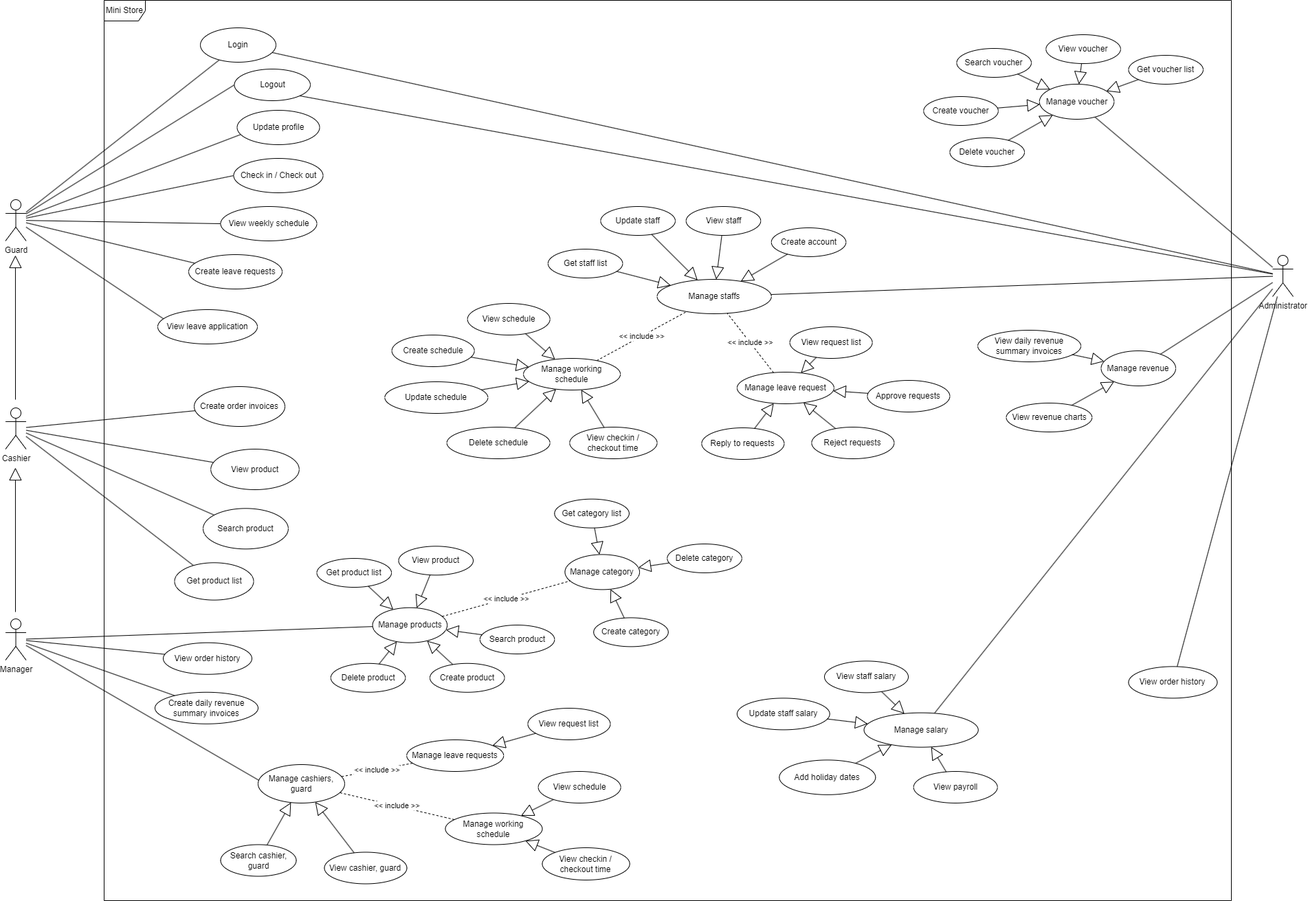
The draw.io diagram diagram/usecase.png in HieuNghia0000/SWP-Team-3, before a commit. Source tidied: cells renumbered, new cells last; positions are measured from the earlier drawing's top-left corner, leaving out a move shared by most shapes.
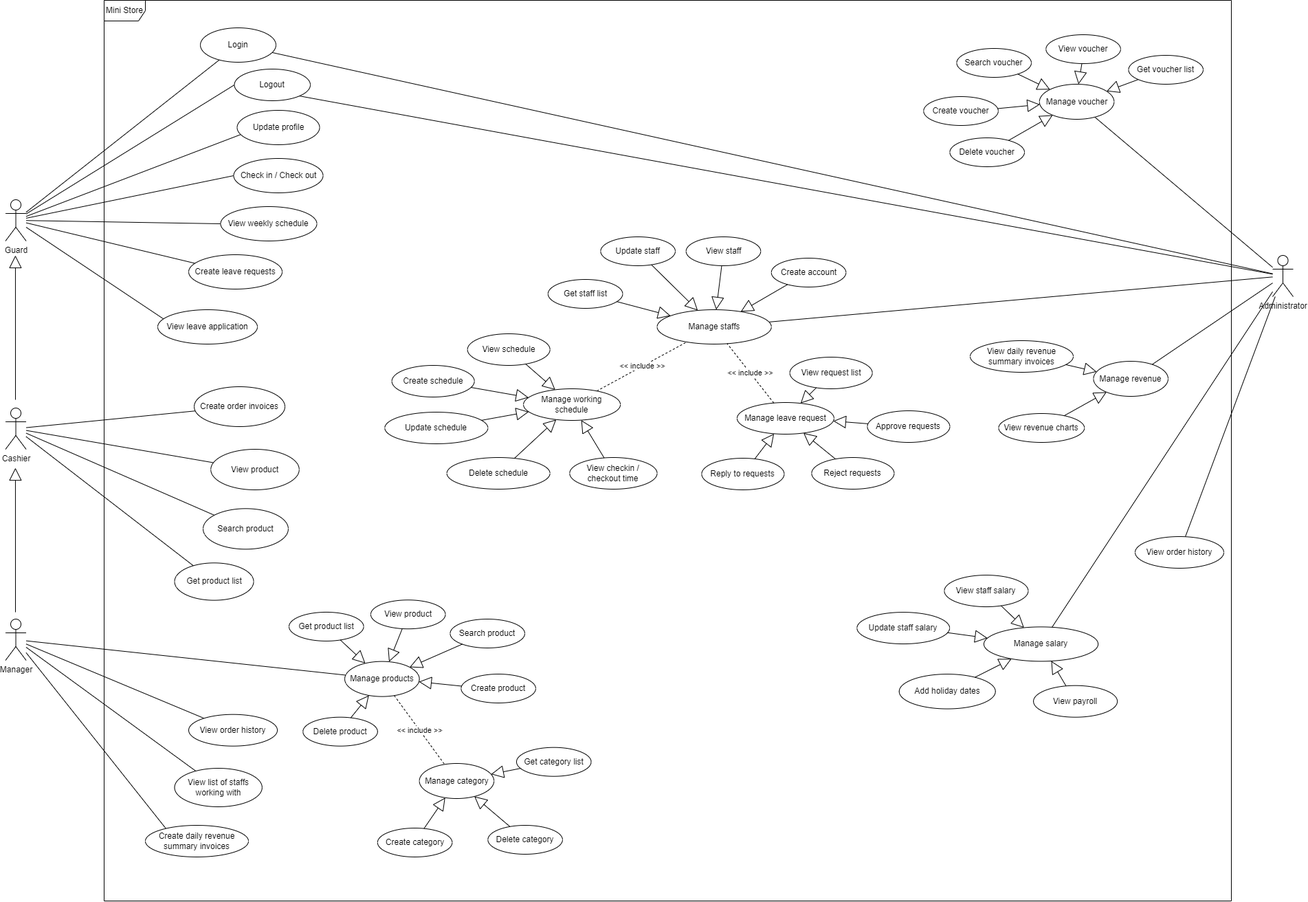
Above is the later version.

The edit, as a diff of the source:
```diff
@@ -17,9 +17,6 @@
     <mxCell id="6" value="Guard" style="shape=umlActor;verticalLabelPosition=bottom;verticalAlign=top;html=1;" parent="1" vertex="1">
       <mxGeometry x="-0.5" y="290" width="30" height="60" as="geometry" />
     </mxCell>
-    <mxCell id="7" style="rounded=0;jettySize=auto;html=1;entryX=0.004;entryY=0.402;entryDx=0;entryDy=0;entryPerimeter=0;endArrow=none;endFill=0;" parent="1" edge="1" source="10" target="29">
-      <mxGeometry relative="1" as="geometry" />
-    </mxCell>
     <mxCell id="8" style="rounded=0;jettySize=auto;html=1;endArrow=none;endFill=0;" parent="1" edge="1" source="10" target="28">
       <mxGeometry relative="1" as="geometry" />
     </mxCell>
@@ -78,17 +75,11 @@
       <mxGeometry x="274" y="562" width="132" height="58" as="geometry" />
     </mxCell>
     <mxCell id="27" value="Create daily revenue summary invoices" style="ellipse;whiteSpace=wrap;html=1;" parent="1" vertex="1">
-      <mxGeometry x="217" y="1006.8" width="150" height="46" as="geometry" />
+      <mxGeometry x="203" y="1200" width="150" height="46" as="geometry" />
     </mxCell>
     <mxCell id="28" value="View order history" style="ellipse;whiteSpace=wrap;html=1;" parent="1" vertex="1">
-      <mxGeometry x="229" y="934.7" width="129" height="46" as="geometry" />
+      <mxGeometry x="266" y="1038.7" width="129" height="46" as="geometry" />
     </mxCell>
-    <mxCell id="29" value="Manage cashiers, guard" style="ellipse;whiteSpace=wrap;html=1;" parent="1" vertex="1">
-      <mxGeometry x="367" y="1112" width="126" height="56" as="geometry" />
-    </mxCell>
-    <mxCell id="30" value="Manage leave requests" style="ellipse;whiteSpace=wrap;html=1;" parent="1" vertex="1">
-      <mxGeometry x="583.2" y="1076" width="141" height="46" as="geometry" />
-    </mxCell>
     <mxCell id="31" value="View product" style="ellipse;whiteSpace=wrap;html=1;" parent="1" vertex="1">
       <mxGeometry x="298.2" y="653" width="128.6" height="59" as="geometry" />
     </mxCell>
@@ -101,39 +92,6 @@
         <mxPoint x="13.9" y="680" as="targetPoint" />
       </mxGeometry>
     </mxCell>
-    <mxCell id="34" value="Search cashier, guard" style="ellipse;whiteSpace=wrap;html=1;" parent="1" vertex="1">
-      <mxGeometry x="312.5" y="1228.5" width="110" height="46" as="geometry" />
-    </mxCell>
-    <mxCell id="35" value="View cashier, guard" style="ellipse;whiteSpace=wrap;html=1;" parent="1" vertex="1">
-      <mxGeometry x="463.5" y="1239.5" width="120" height="46" as="geometry" />
-    </mxCell>
-    <mxCell id="36" style="endArrow=block;endSize=16;endFill=0;html=1;rounded=0;" parent="1" edge="1" source="35" target="29">
-      <mxGeometry relative="1" as="geometry" />
-    </mxCell>
-    <mxCell id="37" style="endArrow=block;endSize=16;endFill=0;html=1;rounded=0;" parent="1" edge="1" source="34" target="29">
-      <mxGeometry relative="1" as="geometry" />
-    </mxCell>
-    <mxCell id="38" value="View request list" style="ellipse;whiteSpace=wrap;html=1;" parent="1" vertex="1">
-      <mxGeometry x="759.5" y="1030" width="120" height="46" as="geometry" />
-    </mxCell>
-    <mxCell id="39" style="endArrow=block;endSize=16;endFill=0;html=1;rounded=0;" parent="1" edge="1" source="38" target="30">
-      <mxGeometry relative="1" as="geometry" />
-    </mxCell>
-    <mxCell id="40" value="&amp;lt;&amp;lt; include &amp;gt;&amp;gt;" style="endArrow=none;endSize=16;endFill=0;html=1;rounded=0;dashed=1;" parent="1" edge="1" source="30" target="29">
-      <mxGeometry relative="1" as="geometry" />
-    </mxCell>
-    <mxCell id="41" value="&amp;lt;&amp;lt; include &amp;gt;&amp;gt;" style="rounded=0;jettySize=auto;html=1;dashed=1;endArrow=none;endFill=0;" parent="1" edge="1" source="42" target="29">
-      <mxGeometry relative="1" as="geometry" />
-    </mxCell>
-    <mxCell id="42" value="Manage working schedule" style="ellipse;whiteSpace=wrap;html=1;" parent="1" vertex="1">
-      <mxGeometry x="639.5" y="1182.5" width="141" height="46" as="geometry" />
-    </mxCell>
-    <mxCell id="43" value="View schedule" style="ellipse;whiteSpace=wrap;html=1;" parent="1" vertex="1">
-      <mxGeometry x="774.6" y="1122" width="120" height="46" as="geometry" />
-    </mxCell>
-    <mxCell id="44" style="endArrow=block;endSize=16;endFill=0;html=1;rounded=0;" parent="1" edge="1" source="43" target="42">
-      <mxGeometry relative="1" as="geometry" />
-    </mxCell>
     <mxCell id="45" style="rounded=0;jettySize=auto;html=1;endArrow=none;endFill=0;" parent="1" edge="1" source="48" target="12">
       <mxGeometry relative="1" as="geometry" />
     </mxCell>
@@ -153,19 +111,19 @@
       <mxGeometry relative="1" as="geometry" />
     </mxCell>
     <mxCell id="51" value="Manage products" style="ellipse;whiteSpace=wrap;html=1;" parent="1" vertex="1">
-      <mxGeometry x="533.6" y="883.7" width="108.6" height="51" as="geometry" />
+      <mxGeometry x="493.1" y="961.6" width="108.6" height="51" as="geometry" />
     </mxCell>
     <mxCell id="52" value="View product" style="ellipse;whiteSpace=wrap;html=1;" parent="1" vertex="1">
-      <mxGeometry x="571.4" y="794.3" width="108.6" height="42" as="geometry" />
+      <mxGeometry x="530.9" y="872.2" width="108.6" height="42" as="geometry" />
     </mxCell>
     <mxCell id="53" value="Create product" style="ellipse;whiteSpace=wrap;html=1;" parent="1" vertex="1">
-      <mxGeometry x="617" y="964.8" width="108.6" height="42" as="geometry" />
+      <mxGeometry x="662.4" y="980" width="108.6" height="42" as="geometry" />
     </mxCell>
     <mxCell id="54" value="Delete product" style="ellipse;whiteSpace=wrap;html=1;" parent="1" vertex="1">
-      <mxGeometry x="472.8" y="964.8" width="108.6" height="42" as="geometry" />
+      <mxGeometry x="432.3" y="1042.7" width="108.6" height="42" as="geometry" />
     </mxCell>
     <mxCell id="55" value="Search product" style="ellipse;whiteSpace=wrap;html=1;" parent="1" vertex="1">
-      <mxGeometry x="689.8" y="909" width="108.6" height="42" as="geometry" />
+      <mxGeometry x="646.4" y="900" width="108.6" height="42" as="geometry" />
     </mxCell>
     <mxCell id="56" style="endArrow=block;endSize=16;endFill=0;html=1;rounded=0;" parent="1" edge="1" source="55" target="51">
       <mxGeometry relative="1" as="geometry" />
@@ -180,7 +138,7 @@
       <mxGeometry relative="1" as="geometry" />
     </mxCell>
     <mxCell id="60" value="Get product list" style="ellipse;whiteSpace=wrap;html=1;" parent="1" vertex="1">
-      <mxGeometry x="452.5" y="812" width="108.6" height="42" as="geometry" />
+      <mxGeometry x="412" y="889.9" width="108.6" height="42" as="geometry" />
     </mxCell>
     <mxCell id="61" style="endArrow=block;endSize=16;endFill=0;html=1;rounded=0;" parent="1" edge="1" source="60" target="51">
       <mxGeometry relative="1" as="geometry" />
@@ -189,13 +147,13 @@
       <mxGeometry relative="1" as="geometry" />
     </mxCell>
     <mxCell id="63" value="Manage revenue" style="ellipse;whiteSpace=wrap;html=1;" parent="1" vertex="1">
-      <mxGeometry x="1593.5" y="510" width="108.6" height="51" as="geometry" />
+      <mxGeometry x="1582.4" y="525" width="108.6" height="51" as="geometry" />
     </mxCell>
     <mxCell id="64" value="View revenue charts" style="ellipse;whiteSpace=wrap;html=1;" parent="1" vertex="1">
-      <mxGeometry x="1455.5" y="586" width="124.8" height="42" as="geometry" />
+      <mxGeometry x="1444.4" y="601" width="124.8" height="42" as="geometry" />
     </mxCell>
     <mxCell id="65" value="View daily revenue summary invoices" style="ellipse;whiteSpace=wrap;html=1;" parent="1" vertex="1">
-      <mxGeometry x="1414.1" y="480" width="150" height="46" as="geometry" />
+      <mxGeometry x="1403" y="495" width="150" height="46" as="geometry" />
     </mxCell>
     <mxCell id="66" style="endArrow=block;endSize=16;endFill=0;html=1;rounded=0;" parent="1" edge="1" source="65" target="63">
       <mxGeometry relative="1" as="geometry" />
@@ -204,25 +162,25 @@
       <mxGeometry relative="1" as="geometry" />
     </mxCell>
     <mxCell id="68" value="View order history" style="ellipse;whiteSpace=wrap;html=1;" parent="1" vertex="1">
-      <mxGeometry x="1633.4" y="969.4" width="129" height="46" as="geometry" />
+      <mxGeometry x="1643" y="780" width="129" height="46" as="geometry" />
     </mxCell>
     <mxCell id="69" style="rounded=0;jettySize=auto;html=1;endArrow=none;endFill=0;" parent="1" edge="1" source="70" target="48">
       <mxGeometry relative="1" as="geometry" />
     </mxCell>
     <mxCell id="70" value="Manage staffs" style="ellipse;whiteSpace=wrap;html=1;" parent="1" vertex="1">
-      <mxGeometry x="947.5" y="406" width="166.2" height="50" as="geometry" />
+      <mxGeometry x="947.5" y="450" width="166.2" height="50" as="geometry" />
     </mxCell>
     <mxCell id="71" value="Create account" style="ellipse;whiteSpace=wrap;html=1;" parent="1" vertex="1">
-      <mxGeometry x="1113.8" y="331" width="108.6" height="42" as="geometry" />
+      <mxGeometry x="1113.8" y="375" width="108.6" height="42" as="geometry" />
     </mxCell>
     <mxCell id="72" value="View staff" style="ellipse;whiteSpace=wrap;html=1;" parent="1" vertex="1">
-      <mxGeometry x="989.7" y="300" width="108.6" height="42" as="geometry" />
+      <mxGeometry x="989.7" y="344" width="108.6" height="42" as="geometry" />
     </mxCell>
     <mxCell id="73" value="Update staff" style="ellipse;whiteSpace=wrap;html=1;" parent="1" vertex="1">
-      <mxGeometry x="865.4" y="300" width="108.6" height="42" as="geometry" />
+      <mxGeometry x="865.4" y="344" width="108.6" height="42" as="geometry" />
     </mxCell>
     <mxCell id="74" value="Get staff list" style="ellipse;whiteSpace=wrap;html=1;" parent="1" vertex="1">
-      <mxGeometry x="788.8" y="362" width="108.6" height="42" as="geometry" />
+      <mxGeometry x="788.8" y="406" width="108.6" height="42" as="geometry" />
     </mxCell>
     <mxCell id="75" style="endArrow=block;endSize=16;endFill=0;html=1;rounded=0;" parent="1" edge="1" source="71" target="70">
       <mxGeometry relative="1" as="geometry" />
@@ -240,19 +198,19 @@
       <mxGeometry relative="1" as="geometry" />
     </mxCell>
     <mxCell id="80" value="Update schedule" style="ellipse;whiteSpace=wrap;html=1;" parent="1" vertex="1">
-      <mxGeometry x="551.4" y="555" width="150" height="46" as="geometry" />
+      <mxGeometry x="551.4" y="599" width="150" height="46" as="geometry" />
     </mxCell>
     <mxCell id="81" style="endArrow=block;endSize=16;endFill=0;html=1;rounded=0;" parent="1" edge="1" source="80" target="82">
       <mxGeometry relative="1" as="geometry" />
     </mxCell>
     <mxCell id="82" value="Manage working schedule" style="ellipse;whiteSpace=wrap;html=1;" parent="1" vertex="1">
-      <mxGeometry x="753.1" y="521" width="141" height="46" as="geometry" />
+      <mxGeometry x="753.1" y="565" width="141" height="46" as="geometry" />
     </mxCell>
     <mxCell id="83" value="Create schedule" style="ellipse;whiteSpace=wrap;html=1;" parent="1" vertex="1">
-      <mxGeometry x="561.7" y="487" width="120" height="46" as="geometry" />
+      <mxGeometry x="561.7" y="531" width="120" height="46" as="geometry" />
     </mxCell>
     <mxCell id="84" value="View schedule" style="ellipse;whiteSpace=wrap;html=1;" parent="1" vertex="1">
-      <mxGeometry x="671.7" y="441" width="120" height="46" as="geometry" />
+      <mxGeometry x="671.7" y="485" width="120" height="46" as="geometry" />
     </mxCell>
     <mxCell id="85" style="endArrow=block;endSize=16;endFill=0;html=1;rounded=0;" parent="1" edge="1" source="83" target="82">
       <mxGeometry relative="1" as="geometry" />
@@ -261,37 +219,31 @@
       <mxGeometry relative="1" as="geometry" />
     </mxCell>
     <mxCell id="87" value="Delete schedule" style="ellipse;whiteSpace=wrap;html=1;" parent="1" vertex="1">
-      <mxGeometry x="641.7" y="621" width="150" height="46" as="geometry" />
+      <mxGeometry x="641.7" y="665" width="150" height="46" as="geometry" />
     </mxCell>
     <mxCell id="88" style="endArrow=block;endSize=16;endFill=0;html=1;rounded=0;" parent="1" edge="1" source="87" target="82">
       <mxGeometry relative="1" as="geometry" />
     </mxCell>
     <mxCell id="89" value="View checkin / checkout time" style="ellipse;whiteSpace=wrap;html=1;" parent="1" vertex="1">
-      <mxGeometry x="820.3" y="621" width="127.2" height="46" as="geometry" />
+      <mxGeometry x="820.3" y="665" width="127.2" height="46" as="geometry" />
     </mxCell>
     <mxCell id="90" style="endArrow=block;endSize=16;endFill=0;html=1;rounded=0;" parent="1" edge="1" source="89" target="82">
       <mxGeometry relative="1" as="geometry" />
     </mxCell>
-    <mxCell id="91" value="View checkin / checkout time" style="ellipse;whiteSpace=wrap;html=1;" parent="1" vertex="1">
-      <mxGeometry x="780.5" y="1233" width="127.2" height="47" as="geometry" />
-    </mxCell>
-    <mxCell id="92" style="endArrow=block;endSize=16;endFill=0;html=1;rounded=0;" parent="1" edge="1" source="91" target="42">
-      <mxGeometry relative="1" as="geometry" />
-    </mxCell>
     <mxCell id="93" value="Manage leave request" style="ellipse;whiteSpace=wrap;html=1;" parent="1" vertex="1">
-      <mxGeometry x="1063.9" y="541" width="141" height="46" as="geometry" />
+      <mxGeometry x="1063.9" y="585" width="141" height="46" as="geometry" />
     </mxCell>
     <mxCell id="94" value="&amp;lt;&amp;lt; include &amp;gt;&amp;gt;" style="rounded=0;jettySize=auto;html=1;dashed=1;endArrow=none;endFill=0;" parent="1" edge="1" source="93" target="70">
       <mxGeometry relative="1" as="geometry" />
     </mxCell>
     <mxCell id="95" value="View request list" style="ellipse;whiteSpace=wrap;html=1;" parent="1" vertex="1">
-      <mxGeometry x="1140.6" y="475" width="120" height="46" as="geometry" />
+      <mxGeometry x="1140.6" y="519" width="120" height="46" as="geometry" />
     </mxCell>
     <mxCell id="96" value="Approve requests" style="ellipse;whiteSpace=wrap;html=1;" parent="1" vertex="1">
-      <mxGeometry x="1253.4" y="553" width="120" height="46" as="geometry" />
+      <mxGeometry x="1253.4" y="597" width="120" height="46" as="geometry" />
     </mxCell>
     <mxCell id="97" value="Reject requests" style="ellipse;whiteSpace=wrap;html=1;" parent="1" vertex="1">
-      <mxGeometry x="1172.4" y="621" width="120" height="46" as="geometry" />
+      <mxGeometry x="1172.4" y="665" width="120" height="46" as="geometry" />
     </mxCell>
     <mxCell id="98" style="endArrow=block;endSize=16;endFill=0;html=1;rounded=0;" parent="1" edge="1" source="97" target="93">
       <mxGeometry relative="1" as="geometry" />
@@ -306,19 +258,19 @@
       <mxGeometry relative="1" as="geometry" />
     </mxCell>
     <mxCell id="102" value="Manage salary" style="ellipse;whiteSpace=wrap;html=1;" parent="1" vertex="1">
-      <mxGeometry x="1248.5" y="1036.7" width="166.2" height="50" as="geometry" />
+      <mxGeometry x="1423" y="911.4" width="166.2" height="50" as="geometry" />
     </mxCell>
     <mxCell id="103" value="View staff salary" style="ellipse;whiteSpace=wrap;html=1;" parent="1" vertex="1">
-      <mxGeometry x="1191" y="961.4" width="122" height="46" as="geometry" />
+      <mxGeometry x="1365.4" y="836.1" width="122" height="46" as="geometry" />
     </mxCell>
     <mxCell id="104" value="Add holiday dates" style="ellipse;whiteSpace=wrap;html=1;" parent="1" vertex="1">
-      <mxGeometry x="1125.3" y="1105.4" width="140" height="50.5" as="geometry" />
+      <mxGeometry x="1299.7" y="980.1" width="140" height="50.5" as="geometry" />
     </mxCell>
     <mxCell id="105" value="Update staff salary" style="ellipse;whiteSpace=wrap;html=1;" parent="1" vertex="1">
-      <mxGeometry x="1063.9" y="1015.4" width="134.8" height="46" as="geometry" />
+      <mxGeometry x="1238.3" y="890.1" width="134.8" height="46" as="geometry" />
     </mxCell>
     <mxCell id="106" value="View payroll" style="ellipse;whiteSpace=wrap;html=1;" parent="1" vertex="1">
-      <mxGeometry x="1320.7" y="1122" width="122" height="46" as="geometry" />
+      <mxGeometry x="1495.1" y="996.7" width="122" height="46" as="geometry" />
     </mxCell>
     <mxCell id="107" style="endArrow=block;endSize=16;endFill=0;html=1;rounded=0;" parent="1" edge="1" source="103" target="102">
       <mxGeometry relative="1" as="geometry" />
@@ -375,13 +327,13 @@
       <mxGeometry relative="1" as="geometry" />
     </mxCell>
     <mxCell id="124" value="Manage category" style="ellipse;whiteSpace=wrap;html=1;" parent="1" vertex="1">
-      <mxGeometry x="813.5" y="806.4" width="108.6" height="51" as="geometry" />
+      <mxGeometry x="601.6" y="1110" width="108.6" height="51" as="geometry" />
     </mxCell>
     <mxCell id="125" value="Create category" style="ellipse;whiteSpace=wrap;html=1;" parent="1" vertex="1">
-      <mxGeometry x="855.2" y="898.4" width="108.6" height="42" as="geometry" />
+      <mxGeometry x="540.8" y="1204" width="108.6" height="42" as="geometry" />
     </mxCell>
     <mxCell id="126" value="Delete category" style="ellipse;whiteSpace=wrap;html=1;" parent="1" vertex="1">
-      <mxGeometry x="962.3" y="791" width="108.6" height="42" as="geometry" />
+      <mxGeometry x="701.4" y="1200" width="108.6" height="42" as="geometry" />
     </mxCell>
     <mxCell id="127" style="endArrow=block;endSize=16;endFill=0;html=1;rounded=0;" parent="1" edge="1" source="125" target="124">
       <mxGeometry relative="1" as="geometry" />
@@ -390,7 +342,7 @@
       <mxGeometry relative="1" as="geometry" />
     </mxCell>
     <mxCell id="129" value="Get category list" style="ellipse;whiteSpace=wrap;html=1;" parent="1" vertex="1">
-      <mxGeometry x="798.3" y="725.7" width="108.6" height="42" as="geometry" />
+      <mxGeometry x="743" y="1086.7" width="108.6" height="42" as="geometry" />
     </mxCell>
     <mxCell id="130" style="endArrow=block;endSize=16;endFill=0;html=1;rounded=0;" parent="1" edge="1" source="129" target="124">
       <mxGeometry relative="1" as="geometry" />
@@ -402,10 +354,16 @@
       <mxGeometry relative="1" as="geometry" />
     </mxCell>
     <mxCell id="133" value="Reply to requests" style="ellipse;whiteSpace=wrap;html=1;" parent="1" vertex="1">
-      <mxGeometry x="1012.4" y="622" width="120" height="46" as="geometry" />
+      <mxGeometry x="1012.4" y="666" width="120" height="46" as="geometry" />
     </mxCell>
     <mxCell id="134" style="endArrow=block;endSize=16;endFill=0;html=1;rounded=0;" parent="1" edge="1" source="133" target="93">
       <mxGeometry relative="1" as="geometry" />
     </mxCell>
+    <mxCell id="135" style="rounded=0;jettySize=auto;html=1;endArrow=none;endFill=0;" parent="1" edge="1" source="136" target="10">
+      <mxGeometry relative="1" as="geometry" />
+    </mxCell>
+    <mxCell id="136" value="View list of staffs working with" style="ellipse;whiteSpace=wrap;html=1;" parent="1" vertex="1">
+      <mxGeometry x="245.5" y="1117" width="127.3" height="56" as="geometry" />
+    </mxCell>
   </root>
 </mxGraphModel>
```
